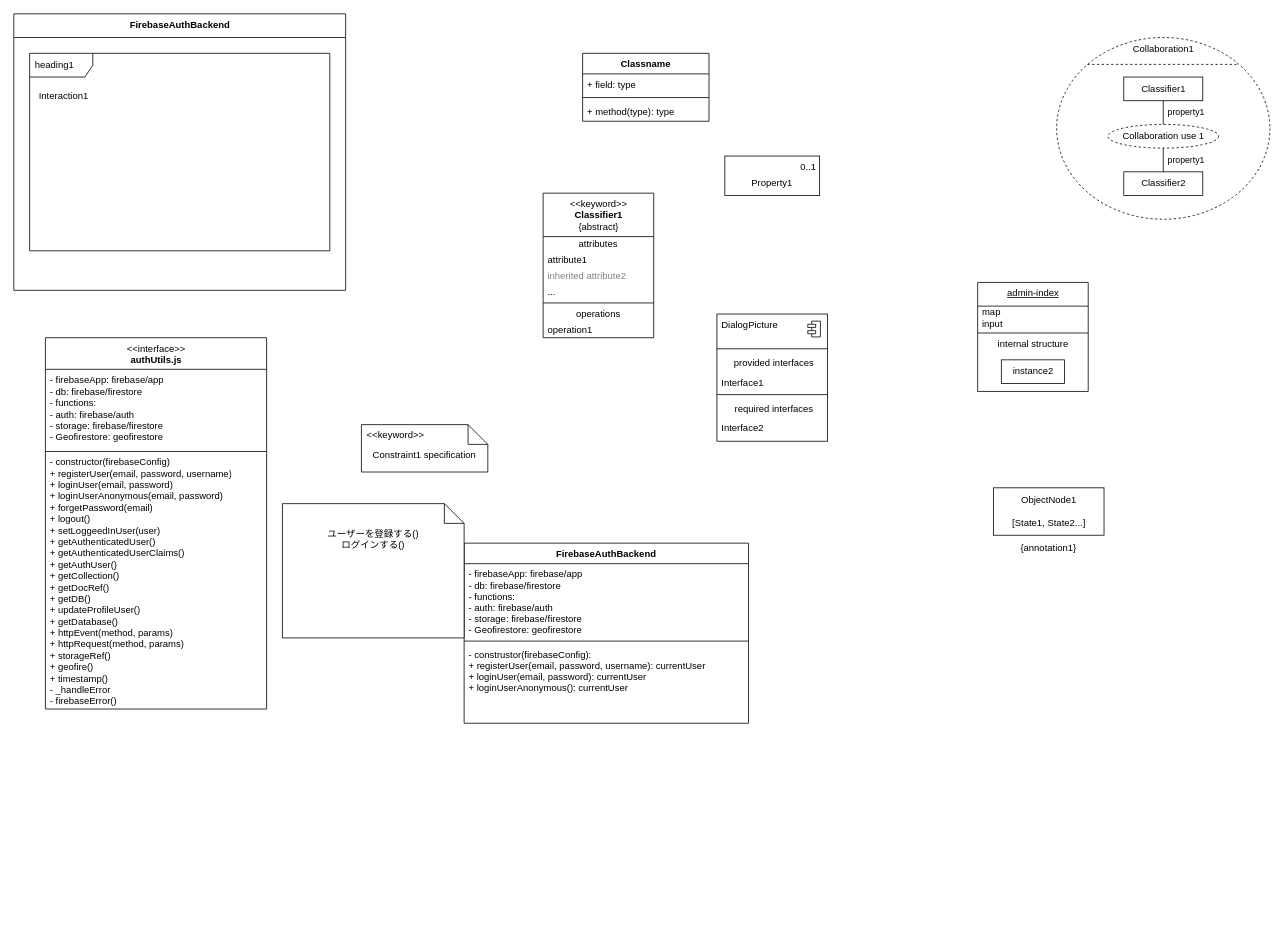
Before: page "クラス図" (5 of 7) of Iriomote.drawio in kaoru387/draw.io, a draw.io diagram. Source tidied: cells renumbered, new cells numbered last; positions are measured from the earlier drawing's top-left corner, leaving out a move shared by most shapes. Both pictures are drawn from the tidied source at 79%, with x=0, y=0 at pixel (13, 13).
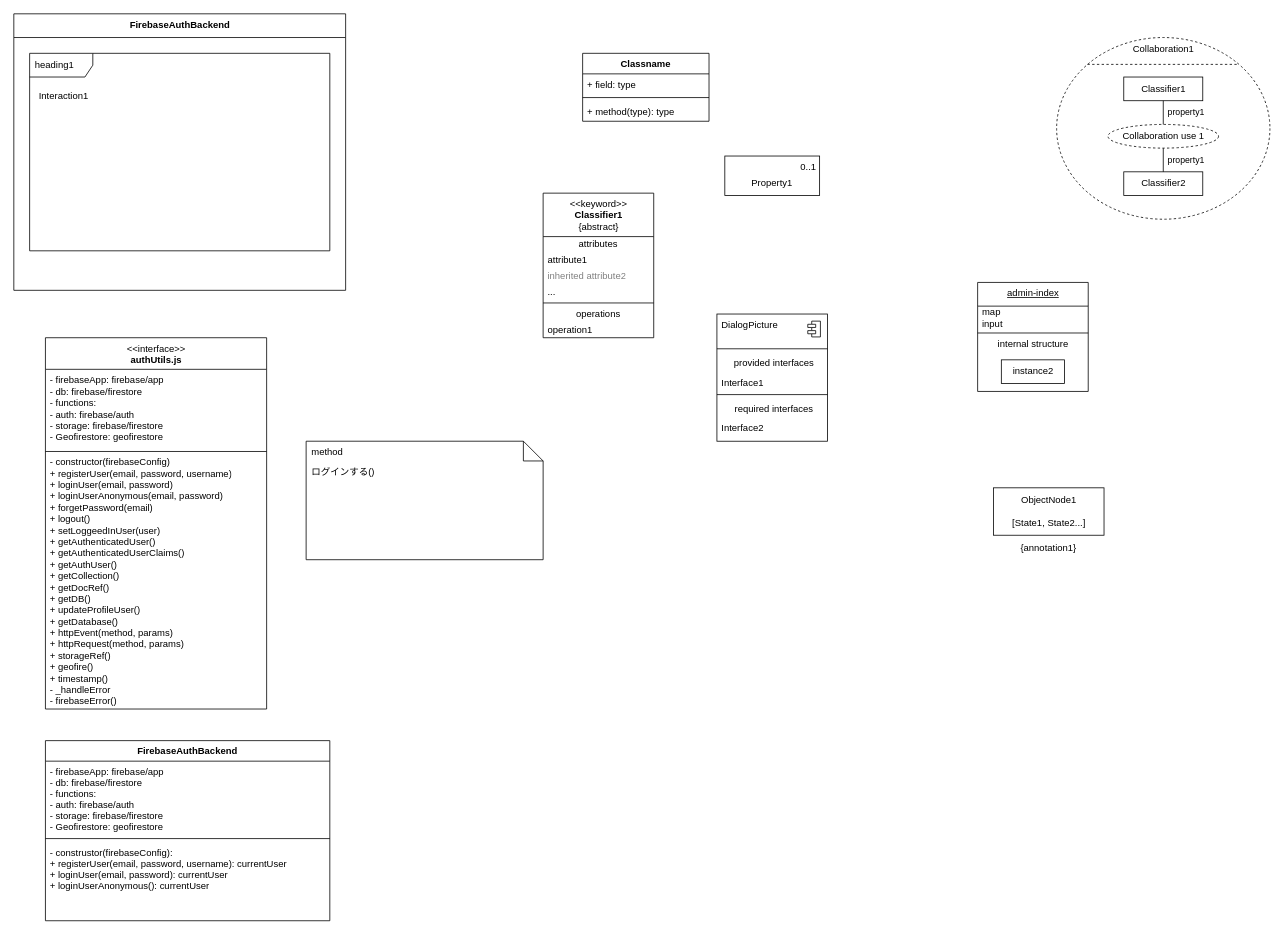
The same diagram, later.

Change to the diagram source:
```diff
@@
     <mxCell id="2" value="FirebaseAuthBackend" style="swimlane;fontStyle=1;align=center;verticalAlign=top;horizontal=1;startSize=26;" parent="1" vertex="1">
-      <mxGeometry x="570" y="670" width="360" height="228" as="geometry" />
+      <mxGeometry x="40" y="920" width="360" height="228" as="geometry" />
     </mxCell>
@@
-    <mxCell id="52" value="Constraint1 specification" style="shape=note2;boundedLbl=1;whiteSpace=wrap;html=1;size=25;verticalAlign=top;align=center;" parent="1" vertex="1">
-      <mxGeometry x="440" y="520" width="160" height="60" as="geometry" />
-    </mxCell>
-    <mxCell id="53" value="&lt;&lt;keyword&gt;&gt;" style="strokeColor=none;fillColor=none;align=left;spacingLeft=5;" parent="52" vertex="1">
-      <mxGeometry width="160" height="25" relative="1" as="geometry" />
-    </mxCell>
-    <mxCell id="54" value="ユーザーを登録する()&lt;br&gt;ログインする()&lt;br&gt;" style="shape=note2;boundedLbl=1;whiteSpace=wrap;html=1;size=25;verticalAlign=top;align=center;" parent="1" vertex="1">
-      <mxGeometry x="340" y="620" width="230" height="170" as="geometry" />
-    </mxCell>
+    <mxCell id="55" value="ログインする()&lt;br&gt;" style="shape=note2;boundedLbl=1;whiteSpace=wrap;html=1;size=25;verticalAlign=top;align=left;spacingLeft=5;" parent="1" vertex="1">
+      <mxGeometry x="370" y="541" width="300" height="150" as="geometry" />
+    </mxCell>
+    <mxCell id="56" value="method" style="strokeColor=none;fillColor=none;align=left;spacingLeft=5;" parent="55" vertex="1">
+      <mxGeometry width="300" height="25" relative="1" as="geometry" />
+    </mxCell>
```
